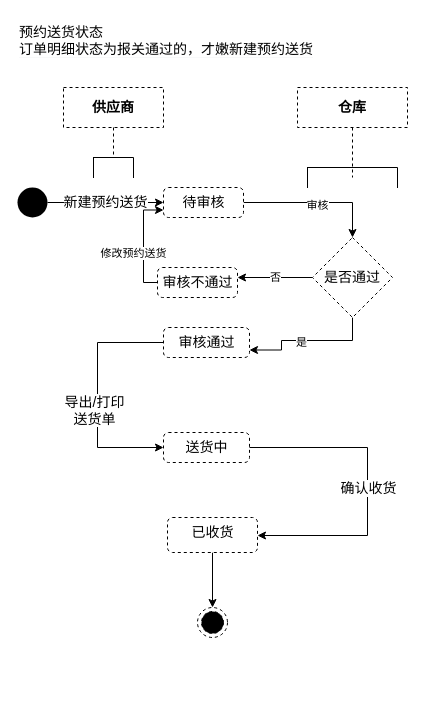
Before: page "预约送货状态" (9 of 10) of shrine-doc/进区预约系统.drawio in easefulfil/CLOUDCARE, a draw.io diagram. Source tidied: cells renumbered, new cells numbered last; positions are measured from the earlier drawing's top-left corner, leaving out a move shared by most shapes. Both pictures are drawn from the tidied source at 100%, with x=0, y=0 at pixel (17, 17).
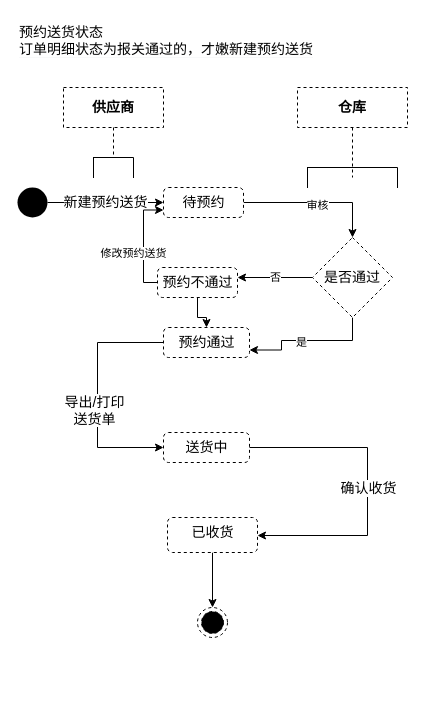
The same page after the edit.

The edit, as a diff of the source:
```diff
@@
-    <mxCell id="6" value="待审核" style="html=1;align=center;verticalAlign=top;rounded=1;absoluteArcSize=1;arcSize=10;dashed=1;fontSize=14;" parent="1" vertex="1">
+    <mxCell id="6" value="待预约" style="html=1;align=center;verticalAlign=top;rounded=1;absoluteArcSize=1;arcSize=10;dashed=1;fontSize=14;" parent="1" vertex="1">
       <mxGeometry x="146" y="170" width="80" height="30" as="geometry" />
     </mxCell>
@@
-    <mxCell id="9" value="审核通过" style="html=1;align=center;verticalAlign=top;rounded=1;absoluteArcSize=1;arcSize=10;dashed=1;fontSize=14;" parent="1" vertex="1">
+    <mxCell id="9" value="预约通过" style="html=1;align=center;verticalAlign=top;rounded=1;absoluteArcSize=1;arcSize=10;dashed=1;fontSize=14;" parent="1" vertex="1">
       <mxGeometry x="146" y="310" width="86" height="30" as="geometry" />
     </mxCell>
@@
+    <mxCell id="29" style="edgeStyle=orthogonalEdgeStyle;rounded=0;jettySize=auto;html=1;" parent="1" edge="1" source="28" target="9">
+      <mxGeometry relative="1" as="geometry" />
+    </mxCell>
-    <mxCell id="28" value="审核不通过" style="html=1;align=center;verticalAlign=top;rounded=1;absoluteArcSize=1;arcSize=10;dashed=1;fontSize=14;" parent="1" vertex="1">
+    <mxCell id="28" value="预约不通过" style="html=1;align=center;verticalAlign=top;rounded=1;absoluteArcSize=1;arcSize=10;dashed=1;fontSize=14;" parent="1" vertex="1">
       <mxGeometry x="140" y="250" width="80" height="30" as="geometry" />
     </mxCell>
```
